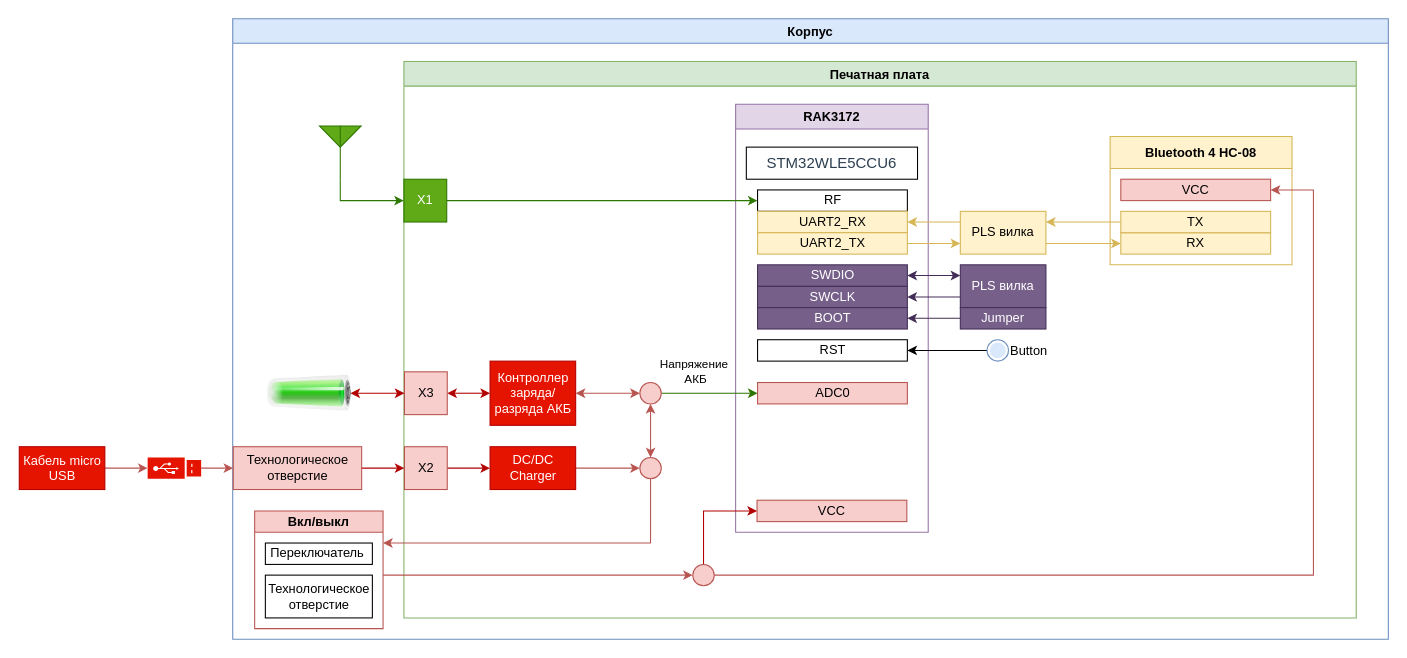
Before: doc/Receiver/Структурная схема Peggy Receiver.drawio in Kvenecusghost/Peggy, a draw.io diagram. Source tidied: cells renumbered, new cells numbered last; positions are measured from the earlier drawing's top-left corner, leaving out a move shared by most shapes. Both pictures are drawn from the tidied source at 107%, with x=0, y=0 at pixel (18, 18).
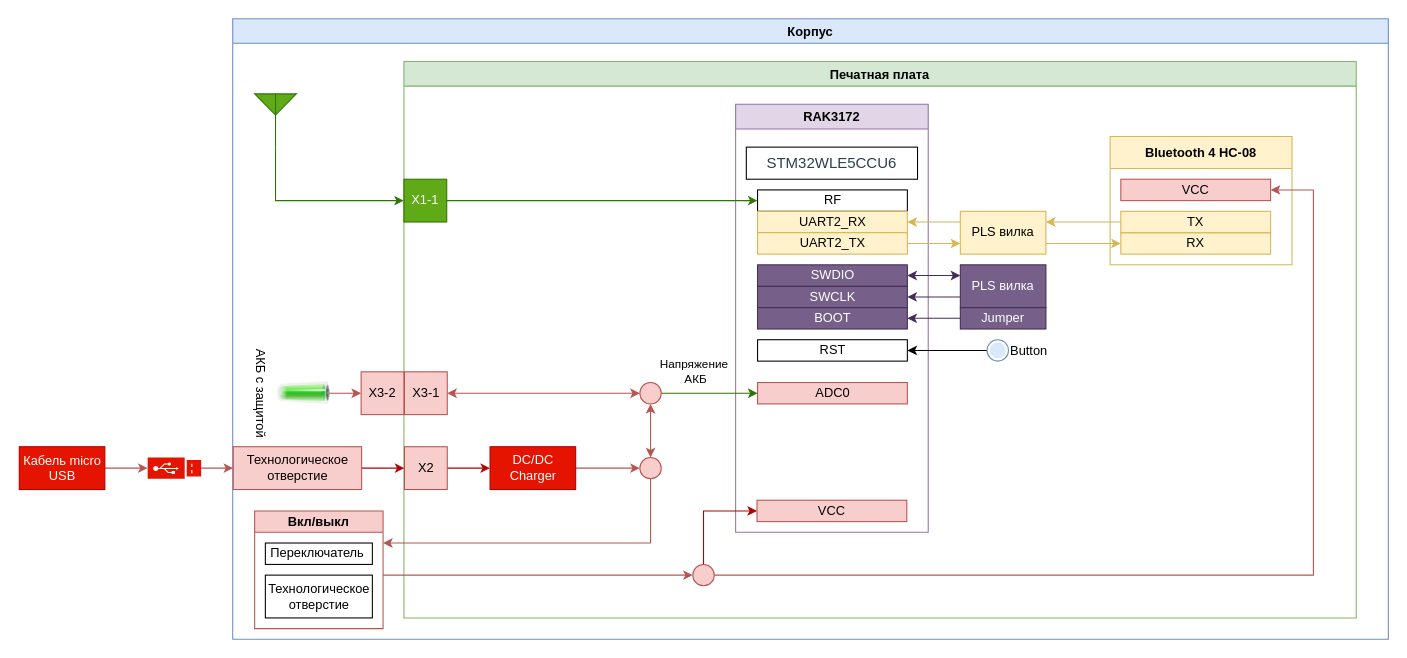
The same diagram, later.

The change refers to these unchanged cells:
```xml
<mxCell id="2" value="Корпус" style="swimlane;fillColor=#dae8fc;strokeColor=#6c8ebf;strokeWidth=1;" parent="1" vertex="1">
  <mxGeometry x="200" width="1080" height="580" as="geometry" />
</mxCell>
<mxCell id="3" value="Печатная плата" style="swimlane;fillColor=#d5e8d4;strokeColor=#82b366;strokeWidth=1;" parent="2" vertex="1">
  <mxGeometry x="160" y="40" width="890" height="520" as="geometry" />
</mxCell>
<mxCell id="46" style="ellipse;fillColor=#f8cecc;strokeColor=#b85450;" parent="3" vertex="1">
  <mxGeometry x="220.5" y="300" width="20" height="20" as="geometry" />
</mxCell>
```

What changed in the source:
```diff
@@
-    <mxCell id="30" style="edgeStyle=orthogonalEdgeStyle;rounded=0;jettySize=auto;html=1;exitX=0;exitY=0.5;exitDx=0;exitDy=0;entryX=1;entryY=0.5;entryDx=0;entryDy=0;startArrow=classic;startFill=1;strokeWidth=1;fillColor=#e51400;strokeColor=#B20000;" parent="3" edge="1" source="32" target="35">
-      <mxGeometry relative="1" as="geometry" />
-    </mxCell>
@@
-    <mxCell id="32" value="Контроллер заряда/разряда АКБ" style="rounded=0;whiteSpace=wrap;html=1;labelBackgroundColor=none;strokeWidth=1;fillColor=#e51400;fontColor=#ffffff;strokeColor=#B20000;labelBorderColor=none;" parent="3" vertex="1">
-      <mxGeometry x="80.5" y="280" width="80" height="60" as="geometry" />
-    </mxCell>
@@
-    <mxCell id="34" value="X1" style="rounded=0;whiteSpace=wrap;html=1;fillColor=#60a917;strokeColor=#2D7600;fontColor=#ffffff;strokeWidth=1;" parent="3" vertex="1">
+    <mxCell id="34" value="X1-1" style="rounded=0;whiteSpace=wrap;html=1;fillColor=#60a917;strokeColor=#2D7600;fontColor=#ffffff;strokeWidth=1;" parent="3" vertex="1">
       <mxGeometry y="110" width="40" height="40" as="geometry" />
     </mxCell>
-    <mxCell id="35" value="X3" style="rounded=0;whiteSpace=wrap;html=1;strokeWidth=1;fillColor=#f8cecc;strokeColor=#b85450;" parent="3" vertex="1">
+    <mxCell id="35" value="X3-1" style="rounded=0;whiteSpace=wrap;html=1;strokeWidth=1;fillColor=#f8cecc;strokeColor=#b85450;" parent="3" vertex="1">
       <mxGeometry x="0.5" y="290" width="40" height="40" as="geometry" />
     </mxCell>
@@
-    <mxCell id="45" style="edgeStyle=orthogonalEdgeStyle;rounded=0;jettySize=auto;html=1;exitX=0;exitY=0.5;exitDx=0;exitDy=0;entryX=1;entryY=0.5;entryDx=0;entryDy=0;strokeWidth=1;fillColor=#f8cecc;strokeColor=#b85450;startArrow=classic;startFill=1;" parent="3" edge="1" source="46" target="32">
+    <mxCell id="45" style="edgeStyle=orthogonalEdgeStyle;rounded=0;jettySize=auto;html=1;exitX=0;exitY=0.5;exitDx=0;exitDy=0;entryX=1;entryY=0.5;entryDx=0;entryDy=0;strokeWidth=1;fillColor=#f8cecc;strokeColor=#b85450;startArrow=classic;startFill=1;" parent="3" edge="1" source="46" target="35">
       <mxGeometry relative="1" as="geometry" />
     </mxCell>
@@
-    <mxCell id="48" style="edgeStyle=orthogonalEdgeStyle;rounded=0;jettySize=auto;html=1;startArrow=none;startFill=0;strokeWidth=1;fillColor=#60a917;strokeColor=#2D7600;entryX=0;entryY=0.5;entryDx=0;entryDy=0;exitX=0.5;exitY=1;exitDx=0;exitDy=0;exitPerimeter=0;" parent="2" edge="1" source="52" target="34">
+    <mxCell id="48" style="edgeStyle=orthogonalEdgeStyle;rounded=0;jettySize=auto;html=1;startArrow=none;startFill=0;strokeWidth=1;fillColor=#60a917;strokeColor=#2D7600;exitX=0.5;exitY=1;exitDx=0;exitDy=0;exitPerimeter=0;entryX=0;entryY=0.5;entryDx=0;entryDy=0;" parent="2" edge="1" source="52" target="34">
       <mxGeometry relative="1" as="geometry" />
     </mxCell>
@@
-    <mxCell id="50" style="edgeStyle=orthogonalEdgeStyle;rounded=0;jettySize=auto;html=1;exitX=0;exitY=0.5;exitDx=0;exitDy=0;entryX=0.5;entryY=0;entryDx=0;entryDy=0;startArrow=classic;startFill=1;strokeWidth=1;fillColor=#e51400;strokeColor=#B20000;" parent="2" edge="1" source="35" target="58">
-      <mxGeometry relative="1" as="geometry" />
-    </mxCell>
@@
     <mxCell id="52" style="verticalLabelPosition=bottom;shadow=0;dashed=0;align=center;html=1;verticalAlign=top;shape=mxgraph.electrical.radio.aerial_-_antenna_2;fillColor=#60a917;fontColor=#ffffff;strokeColor=#2D7600;strokeWidth=1;" parent="2" vertex="1">
-      <mxGeometry x="81" y="100" width="39" height="50" as="geometry" />
+      <mxGeometry x="20.5" y="70" width="39" height="50" as="geometry" />
     </mxCell>
@@
+    <mxCell id="63" style="edgeStyle=orthogonalEdgeStyle;rounded=0;jettySize=auto;html=1;entryX=0;entryY=0.5;entryDx=0;entryDy=0;fillColor=#f8cecc;strokeColor=#b85450;" parent="2" edge="1" source="58" target="64">
+      <mxGeometry relative="1" as="geometry" />
+    </mxCell>
-    <mxCell id="58" style="image;html=1;image=img/lib/clip_art/general/Battery_100_128x128.png;fontSize=12;rotation=90;" parent="2" vertex="1">
-      <mxGeometry x="30" y="310" width="80" height="80" as="geometry" />
+    <mxCell id="58" value="АКБ с защитой" style="image;html=1;image=img/lib/clip_art/general/Battery_100_128x128.png;fontSize=12;rotation=90;" parent="2" vertex="1">
+      <mxGeometry x="35" y="325" width="60" height="50" as="geometry" />
     </mxCell>
+    <mxCell id="64" value="X3-2" style="rounded=0;whiteSpace=wrap;html=1;strokeWidth=1;fillColor=#f8cecc;strokeColor=#b85450;" parent="2" vertex="1">
+      <mxGeometry x="120" y="330" width="40" height="40" as="geometry" />
+    </mxCell>
```
